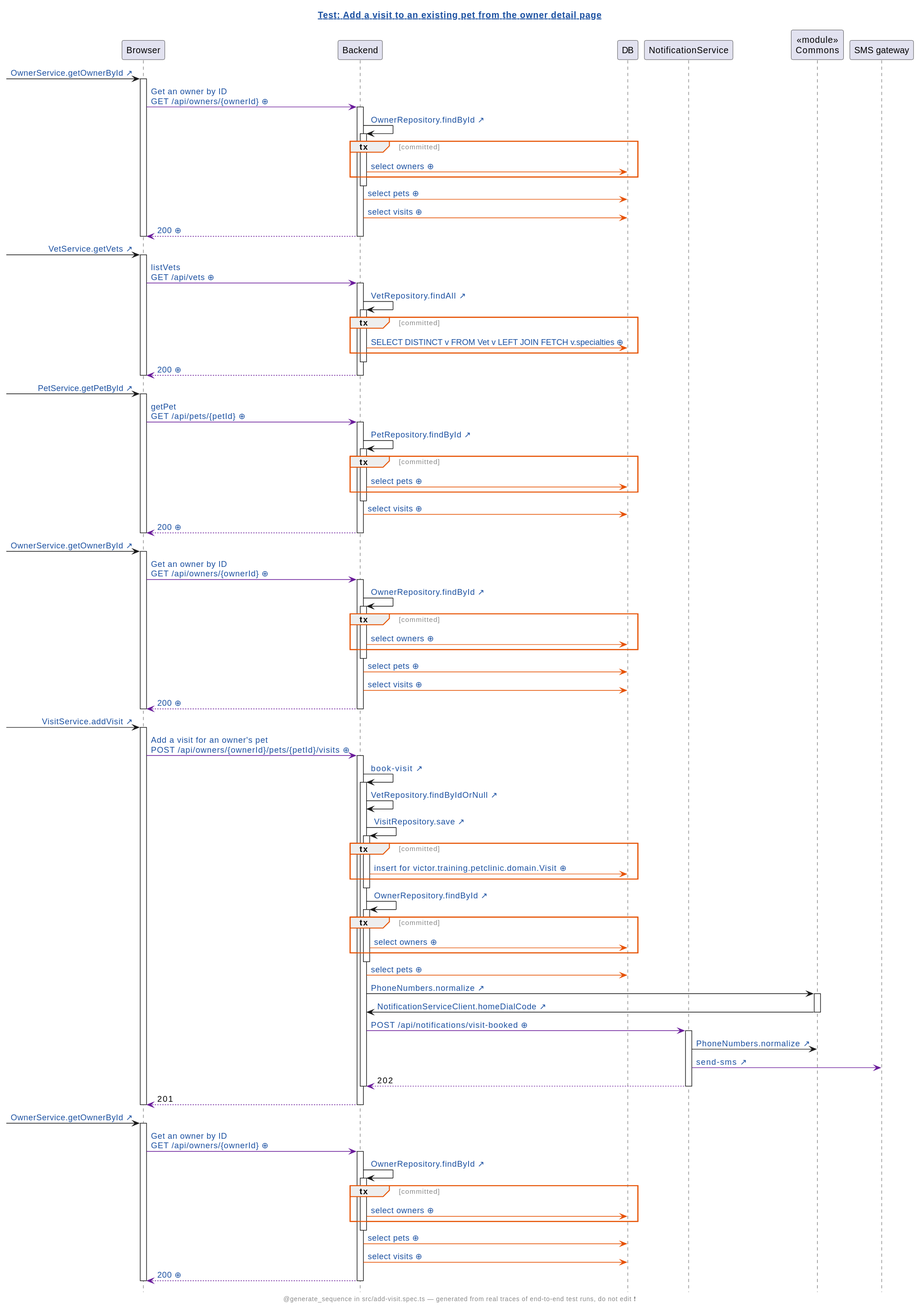
victorrentea/human-review keeps this PlantUML diagram as demo/demo/assets/diagrams/petclinic-test_generated_add-visit.spec.ts.add-a-visit-to-an-existing-pet-from-the-owner-detail-page.genseq.new.svg. Above is the earlier version.
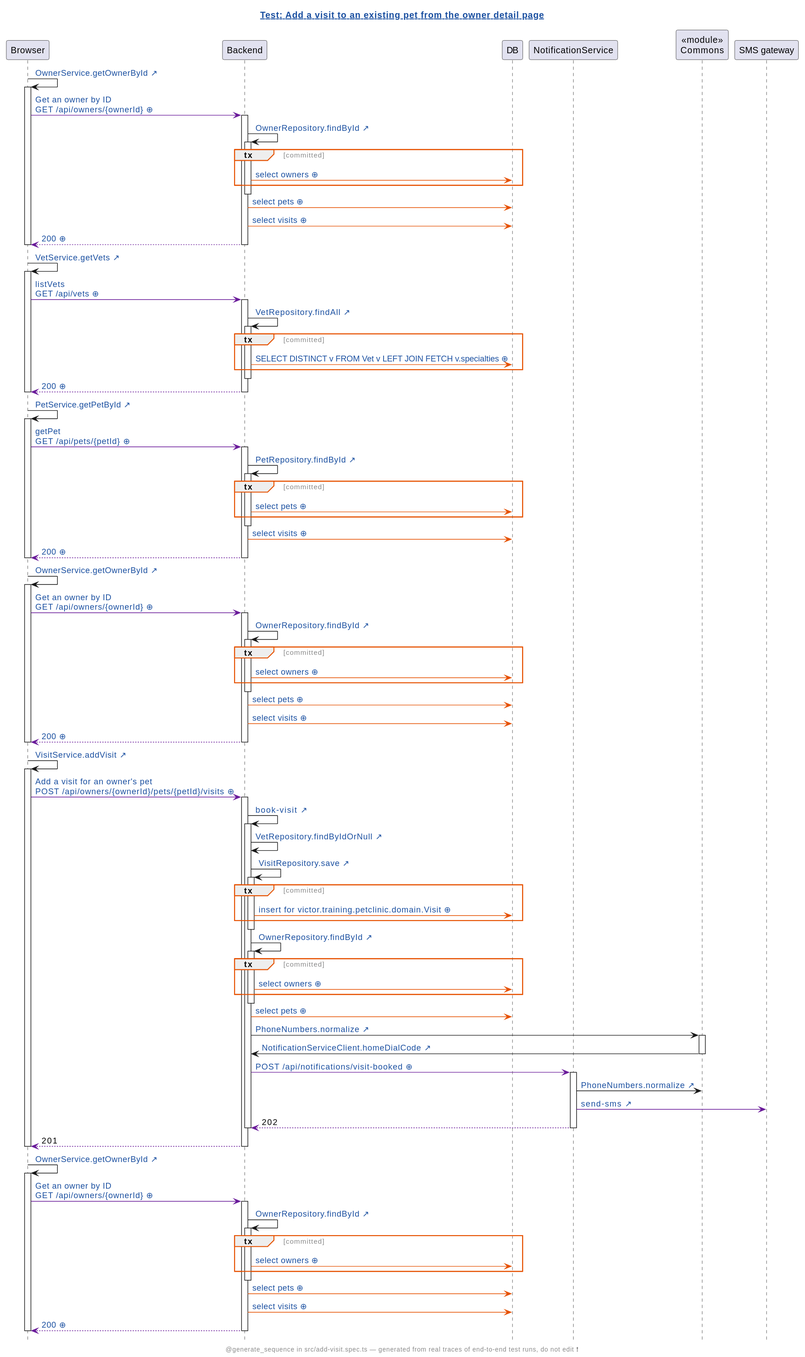
The same file after the commit.

What changed in the source:
```diff
@@ -18,7 +18,7 @@
 participant NotificationService
 participant "«module»\nCommons" as Commons
 participant "SMS gateway"
-[-> Browser: [[src://petclinic-frontend/src/app/owners/owner-detail/owner-detail.component.ts:22{Click to open the line that sent this request: owner-detail.component.ts:22} OwnerService.getOwnerById ↗]]
+Browser -> Browser: [[src://petclinic-frontend/src/app/owners/owner-detail/owner-detail.component.ts:22{Click to open the line that sent this request: owner-detail.component.ts:22} OwnerService.getOwnerById ↗]]
 activate Browser
 Browser -[#6A1B9A]> Backend: [[genseq://0m8scc6{Click for the request as it was sent} Get an owner by ID\nGET /api/owners/{ownerId} ⊕]]
 activate Backend
@@ -33,7 +33,7 @@
 Backend -[#6A1B9A]-> Browser: [[genseq://1bhasc1{Click for this call’s JSON body} 200 ⊕]]
 deactivate Backend
 deactivate Browser
-[-> Browser: [[src://petclinic-frontend/src/app/visits/visit-add/visit-add.component.ts:46{Click to open the line that sent this request: visit-add.component.ts:46} VetService.getVets ↗]]
+Browser -> Browser: [[src://petclinic-frontend/src/app/visits/visit-add/visit-add.component.ts:46{Click to open the line that sent this request: visit-add.component.ts:46} VetService.getVets ↗]]
 activate Browser
 Browser -[#6A1B9A]> Backend: [[genseq://1ce7aux{Click for the request as it was sent} listVets\nGET /api/vets ⊕]]
 activate Backend
@@ -46,7 +46,7 @@
 Backend -[#6A1B9A]-> Browser: [[genseq://1nmg2oo{Click for this call’s JSON body} 200 ⊕]]
 deactivate Backend
 deactivate Browser
-[-> Browser: [[src://petclinic-frontend/src/app/visits/visit-add/visit-add.component.ts:48{Click to open the line that sent this request: visit-add.component.ts:48} PetService.getPetById ↗]]
+Browser -> Browser: [[src://petclinic-frontend/src/app/visits/visit-add/visit-add.component.ts:48{Click to open the line that sent this request: visit-add.component.ts:48} PetService.getPetById ↗]]
 activate Browser
 Browser -[#6A1B9A]> Backend: [[genseq://0ranhxm{Click for the request as it was sent} getPet\nGET /api/pets/{petId} ⊕]]
 activate Backend
@@ -60,7 +60,7 @@
 Backend -[#6A1B9A]-> Browser: [[genseq://0n1gsl8{Click for this call’s JSON body} 200 ⊕]]
 deactivate Backend
 deactivate Browser
-[-> Browser: [[src://petclinic-frontend/src/app/visits/visit-add/visit-add.component.ts:53{Click to open the line that sent this request: visit-add.component.ts:53} OwnerService.getOwnerById ↗]]
+Browser -> Browser: [[src://petclinic-frontend/src/app/visits/visit-add/visit-add.component.ts:53{Click to open the line that sent this request: visit-add.component.ts:53} OwnerService.getOwnerById ↗]]
 activate Browser
 Browser -[#6A1B9A]> Backend: [[genseq://0m8scc6{Click for the request as it was sent} Get an owner by ID\nGET /api/owners/{ownerId} ⊕]]
 activate Backend
@@ -75,7 +75,7 @@
 Backend -[#6A1B9A]-> Browser: [[genseq://1bhasc1{Click for this call’s JSON body} 200 ⊕]]
 deactivate Backend
 deactivate Browser
-[-> Browser: [[src://petclinic-frontend/src/app/visits/visit-add/visit-add.component.ts:69{Click to open the line that sent this request: visit-add.component.ts:69 ← visit-add.component.html:25} VisitService.addVisit ↗]]
+Browser -> Browser: [[src://petclinic-frontend/src/app/visits/visit-add/visit-add.component.ts:69{Click to open the line that sent this request: visit-add.component.ts:69 ← visit-add.component.html:25} VisitService.addVisit ↗]]
 activate Browser
 Browser -[#6A1B9A]> Backend: [[genseq://0nhf3d3{Click for the request as it was sent} Add a visit for an owner's pet\nPOST /api/owners/{ownerId}/pets/{petId}/visits ⊕]]
 activate Backend
@@ -109,7 +109,7 @@
 Backend -[#6A1B9A]-> Browser: 201
 deactivate Backend
 deactivate Browser
-[-> Browser: [[src://petclinic-frontend/src/app/owners/owner-detail/owner-detail.component.ts:22{Click to open the line that sent this request: owner-detail.component.ts:22} OwnerService.getOwnerById ↗]]
+Browser -> Browser: [[src://petclinic-frontend/src/app/owners/owner-detail/owner-detail.component.ts:22{Click to open the line that sent this request: owner-detail.component.ts:22} OwnerService.getOwnerById ↗]]
 activate Browser
 Browser -[#6A1B9A]> Backend: [[genseq://0m8scc6{Click for the request as it was sent} Get an owner by ID\nGET /api/owners/{ownerId} ⊕]]
 activate Backend
```
